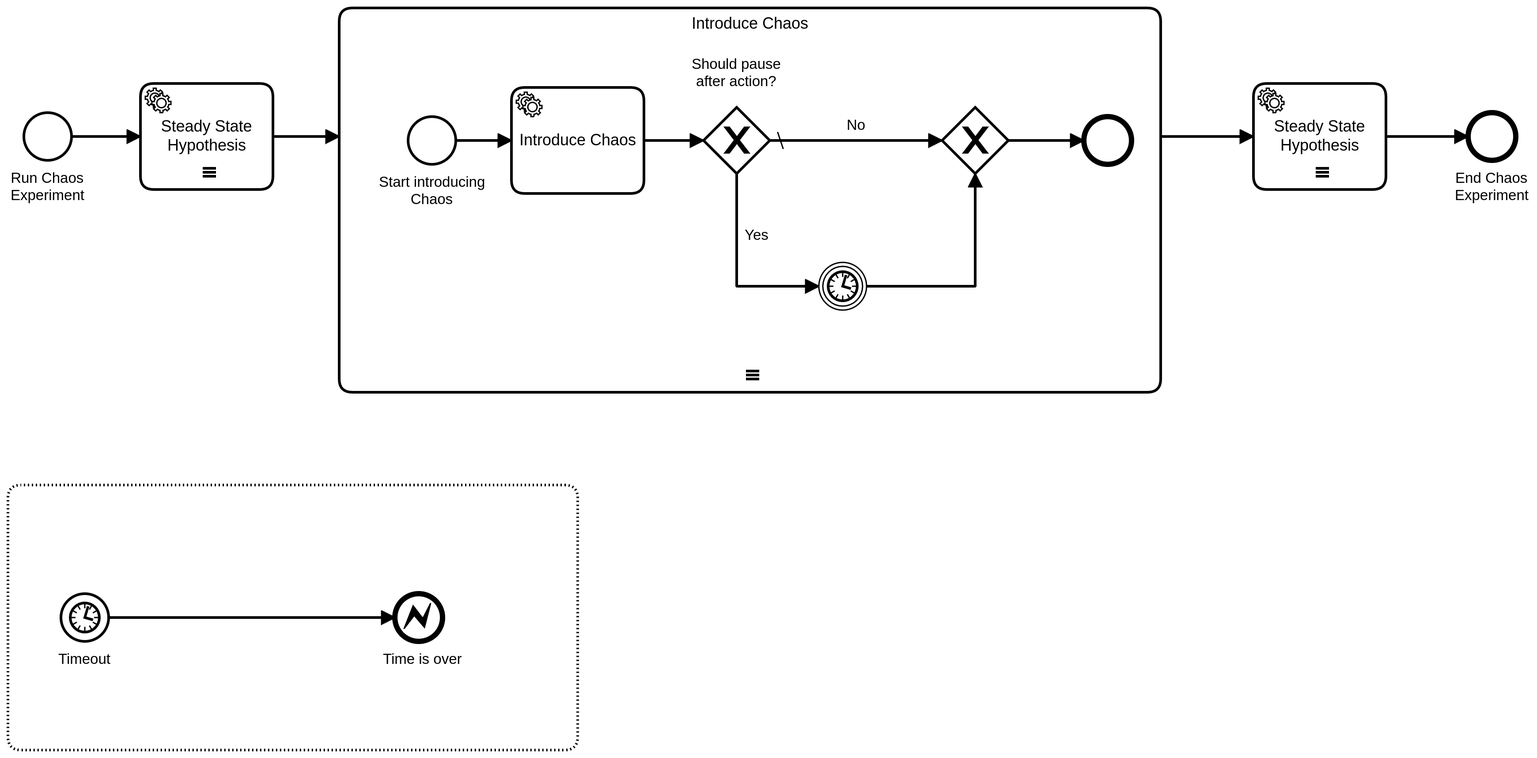
Earlier version of the BPMN export docs/assets/chaosExperiment.png (zeebe-io/zeebe-cluster-testbench). Its source is kept beside it as processes/chaosExperiment.bpmn. Ids are renumbered.
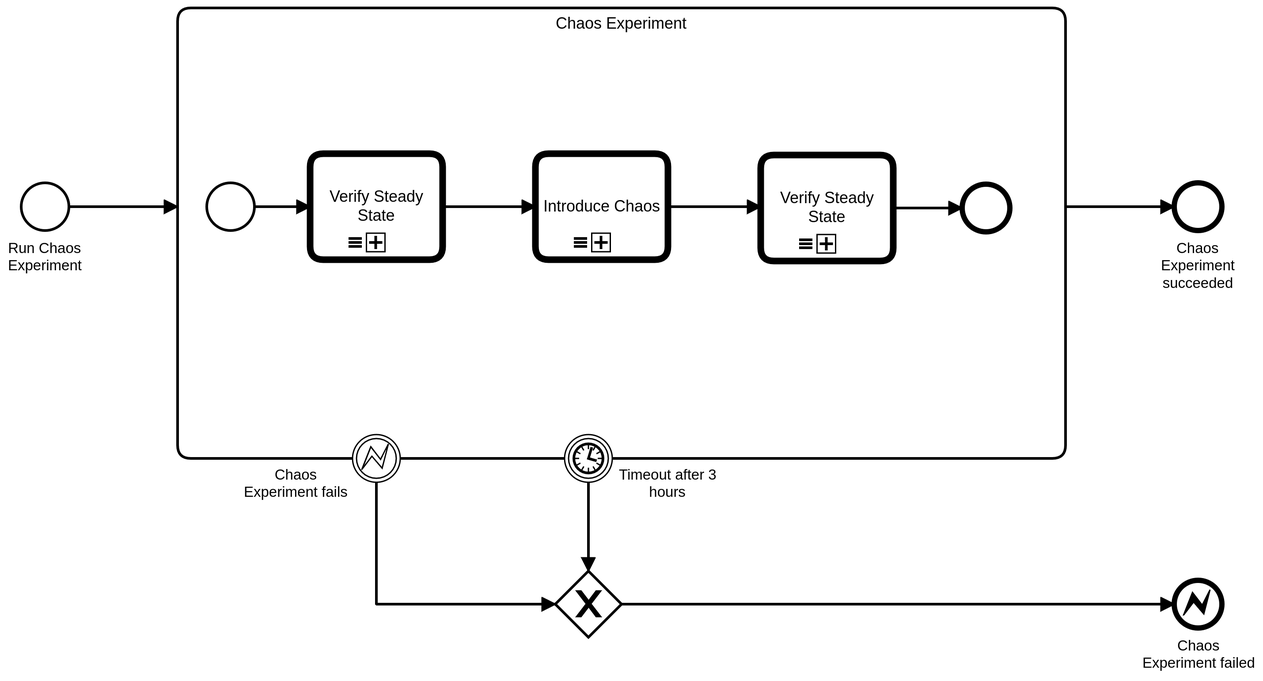
The same file after the commit.

What changed in the source:
```diff
@@ -51,6 +51,11 @@
       <bpmn:sequenceFlow id="Flow_n6" sourceRef="Event_n13" targetRef="Activity_n5" />
     </bpmn:subProcess>
     <bpmn:boundaryEvent id="Event_n14" name="Chaos Experiment fails" attachedToRef="Activity_n2">
+      <bpmn:extensionElements>
+        <zeebe:ioMapping>
+          <zeebe:output source="=append(testReport.failureMessages, (&#34;Chaos experiment&#34; + experiment.title + &#34;failed.&#34;))" target="testReport.failureMessages" />
+        </zeebe:ioMapping>
+      </bpmn:extensionElements>
       <bpmn:outgoing>Flow_n15</bpmn:outgoing>
       <bpmn:errorEventDefinition id="ErrorEventDefinition_n16" errorRef="Error_n17" />
     </bpmn:boundaryEvent>
@@ -60,6 +65,11 @@
       <bpmn:outgoing>Flow_n20</bpmn:outgoing>
     </bpmn:exclusiveGateway>
     <bpmn:boundaryEvent id="Event_n21" name="Timeout after 3 hours" attachedToRef="Activity_n2">
+      <bpmn:extensionElements>
+        <zeebe:ioMapping>
+          <zeebe:output source="=append(testReport.failureMessages, (&#34;Chaos experiment&#34; + experiment.title + &#34;failed.&#34;))" target="testReport.failureMessages" />
+        </zeebe:ioMapping>
+      </bpmn:extensionElements>
       <bpmn:outgoing>Flow_n19</bpmn:outgoing>
       <bpmn:timerEventDefinition id="TimerEventDefinition_n22">
         <bpmn:timeDuration xsi:type="bpmn:tFormalExpression">PT3H</bpmn:timeDuration>
@@ -86,66 +96,45 @@
   <bpmn:error id="Error_n26" name="experimentFailed" errorCode="experimentFailed" />
   <bpmndi:BPMNDiagram id="BPMNDiagram_1">
     <bpmndi:BPMNPlane id="BPMNPlane_1" bpmnElement="chaosExperiment">
+      <bpmndi:BPMNEdge id="Flow_n20_di" bpmnElement="Flow_n20">
+        <di:waypoint x="615" y="570" />
+        <di:waypoint x="1032" y="570" />
+      </bpmndi:BPMNEdge>
+      <bpmndi:BPMNEdge id="Flow_n4_di" bpmnElement="Flow_n4">
+        <di:waypoint x="950" y="270" />
+        <di:waypoint x="1032" y="270" />
+      </bpmndi:BPMNEdge>
+      <bpmndi:BPMNEdge id="Flow_n3_di" bpmnElement="Flow_n3">
+        <di:waypoint x="198" y="270" />
+        <di:waypoint x="280" y="270" />
+      </bpmndi:BPMNEdge>
+      <bpmndi:BPMNEdge id="Flow_n19_di" bpmnElement="Flow_n19">
+        <di:waypoint x="590" y="478" />
+        <di:waypoint x="590" y="545" />
+      </bpmndi:BPMNEdge>
       <bpmndi:BPMNEdge id="Flow_n15_di" bpmnElement="Flow_n15">
         <di:waypoint x="430" y="478" />
         <di:waypoint x="430" y="570" />
         <di:waypoint x="565" y="570" />
       </bpmndi:BPMNEdge>
-      <bpmndi:BPMNEdge id="Flow_n19_di" bpmnElement="Flow_n19">
-        <di:waypoint x="590" y="478" />
-        <di:waypoint x="590" y="545" />
-      </bpmndi:BPMNEdge>
-      <bpmndi:BPMNEdge id="Flow_n3_di" bpmnElement="Flow_n3">
-        <di:waypoint x="198" y="270" />
-        <di:waypoint x="280" y="270" />
-      </bpmndi:BPMNEdge>
-      <bpmndi:BPMNEdge id="Flow_n4_di" bpmnElement="Flow_n4">
-        <di:waypoint x="950" y="270" />
-        <di:waypoint x="1032" y="270" />
-      </bpmndi:BPMNEdge>
-      <bpmndi:BPMNEdge id="Flow_n20_di" bpmnElement="Flow_n20">
-        <di:waypoint x="615" y="570" />
-        <di:waypoint x="1032" y="570" />
-      </bpmndi:BPMNEdge>
-      <bpmndi:BPMNShape id="_BPMNShape_StartEvent_2" bpmnElement="StartEvent_1">
-        <dc:Bounds x="162" y="252" width="36" height="36" />
-        <bpmndi:BPMNLabel>
-          <dc:Bounds x="152" y="295" width="56" height="27" />
-        </bpmndi:BPMNLabel>
-      </bpmndi:BPMNShape>
-      <bpmndi:BPMNShape id="Event_n23_di" bpmnElement="Event_n23">
-        <dc:Bounds x="1032" y="252" width="36" height="36" />
-        <bpmndi:BPMNLabel>
-          <dc:Bounds x="1022" y="295" width="56" height="40" />
-        </bpmndi:BPMNLabel>
-      </bpmndi:BPMNShape>
-      <bpmndi:BPMNShape id="Gateway_n18_di" bpmnElement="Gateway_n18" isMarkerVisible="true">
-        <dc:Bounds x="565" y="545" width="50" height="50" />
-      </bpmndi:BPMNShape>
-      <bpmndi:BPMNShape id="Event_0xte71g_di" bpmnElement="Event_n24">
-        <dc:Bounds x="1032" y="552" width="36" height="36" />
-        <bpmndi:BPMNLabel>
-          <dc:Bounds x="1008" y="595" width="85" height="27" />
-        </bpmndi:BPMNLabel>
-      </bpmndi:BPMNShape>
       <bpmndi:BPMNShape id="Activity_1cqlnii_di" bpmnElement="Activity_n2" isExpanded="true">
         <dc:Bounds x="280" y="120" width="670" height="340" />
       </bpmndi:BPMNShape>
-      <bpmndi:BPMNEdge id="Flow_n7_di" bpmnElement="Flow_n7">
-        <di:waypoint x="480" y="270" />
-        <di:waypoint x="550" y="270" />
+      <bpmndi:BPMNEdge id="Flow_n6_di" bpmnElement="Flow_n6">
+        <di:waypoint x="338" y="270" />
+        <di:waypoint x="380" y="270" />
+      </bpmndi:BPMNEdge>
+      <bpmndi:BPMNEdge id="Flow_n11_di" bpmnElement="Flow_n11">
+        <di:waypoint x="820" y="271" />
+        <di:waypoint x="872" y="271" />
       </bpmndi:BPMNEdge>
       <bpmndi:BPMNEdge id="Flow_n9_di" bpmnElement="Flow_n9">
         <di:waypoint x="650" y="270" />
         <di:waypoint x="720" y="270" />
       </bpmndi:BPMNEdge>
-      <bpmndi:BPMNEdge id="Flow_n11_di" bpmnElement="Flow_n11">
-        <di:waypoint x="820" y="271" />
-        <di:waypoint x="872" y="271" />
-      </bpmndi:BPMNEdge>
-      <bpmndi:BPMNEdge id="Flow_n6_di" bpmnElement="Flow_n6">
-        <di:waypoint x="338" y="270" />
-        <di:waypoint x="380" y="270" />
+      <bpmndi:BPMNEdge id="Flow_n7_di" bpmnElement="Flow_n7">
+        <di:waypoint x="480" y="270" />
+        <di:waypoint x="550" y="270" />
       </bpmndi:BPMNEdge>
       <bpmndi:BPMNShape id="Activity_n5_di" bpmnElement="Activity_n5">
         <dc:Bounds x="380" y="230" width="100" height="80" />
@@ -156,16 +145,31 @@
       <bpmndi:BPMNShape id="Activity_n10_di" bpmnElement="Activity_n10">
         <dc:Bounds x="720" y="231" width="100" height="80" />
       </bpmndi:BPMNShape>
+      <bpmndi:BPMNShape id="Event_n12_di" bpmnElement="Event_n12">
+        <dc:Bounds x="872" y="253" width="36" height="36" />
+      </bpmndi:BPMNShape>
       <bpmndi:BPMNShape id="Event_n13_di" bpmnElement="Event_n13">
         <dc:Bounds x="302" y="252" width="36" height="36" />
       </bpmndi:BPMNShape>
-      <bpmndi:BPMNShape id="Event_n12_di" bpmnElement="Event_n12">
-        <dc:Bounds x="872" y="253" width="36" height="36" />
+      <bpmndi:BPMNShape id="Gateway_n18_di" bpmnElement="Gateway_n18" isMarkerVisible="true">
+        <dc:Bounds x="565" y="545" width="50" height="50" />
       </bpmndi:BPMNShape>
-      <bpmndi:BPMNShape id="Event_n14_di" bpmnElement="Event_n14">
-        <dc:Bounds x="412" y="442" width="36" height="36" />
+      <bpmndi:BPMNShape id="Event_n23_di" bpmnElement="Event_n23">
+        <dc:Bounds x="1032" y="252" width="36" height="36" />
         <bpmndi:BPMNLabel>
-          <dc:Bounds x="330" y="466" width="79" height="27" />
+          <dc:Bounds x="1022" y="295" width="56" height="40" />
+        </bpmndi:BPMNLabel>
+      </bpmndi:BPMNShape>
+      <bpmndi:BPMNShape id="_BPMNShape_StartEvent_2" bpmnElement="StartEvent_1">
+        <dc:Bounds x="162" y="252" width="36" height="36" />
+        <bpmndi:BPMNLabel>
+          <dc:Bounds x="152" y="295" width="56" height="27" />
+        </bpmndi:BPMNLabel>
+      </bpmndi:BPMNShape>
+      <bpmndi:BPMNShape id="Event_0xte71g_di" bpmnElement="Event_n24">
+        <dc:Bounds x="1032" y="552" width="36" height="36" />
+        <bpmndi:BPMNLabel>
+          <dc:Bounds x="1008" y="595" width="85" height="27" />
         </bpmndi:BPMNLabel>
       </bpmndi:BPMNShape>
       <bpmndi:BPMNShape id="Event_07yabv0_di" bpmnElement="Event_n21">
@@ -174,6 +178,12 @@
           <dc:Bounds x="613" y="466" width="74" height="27" />
         </bpmndi:BPMNLabel>
       </bpmndi:BPMNShape>
+      <bpmndi:BPMNShape id="Event_n14_di" bpmnElement="Event_n14">
+        <dc:Bounds x="412" y="442" width="36" height="36" />
+        <bpmndi:BPMNLabel>
+          <dc:Bounds x="330" y="466" width="79" height="27" />
+        </bpmndi:BPMNLabel>
+      </bpmndi:BPMNShape>
     </bpmndi:BPMNPlane>
   </bpmndi:BPMNDiagram>
 </bpmn:definitions>
```
